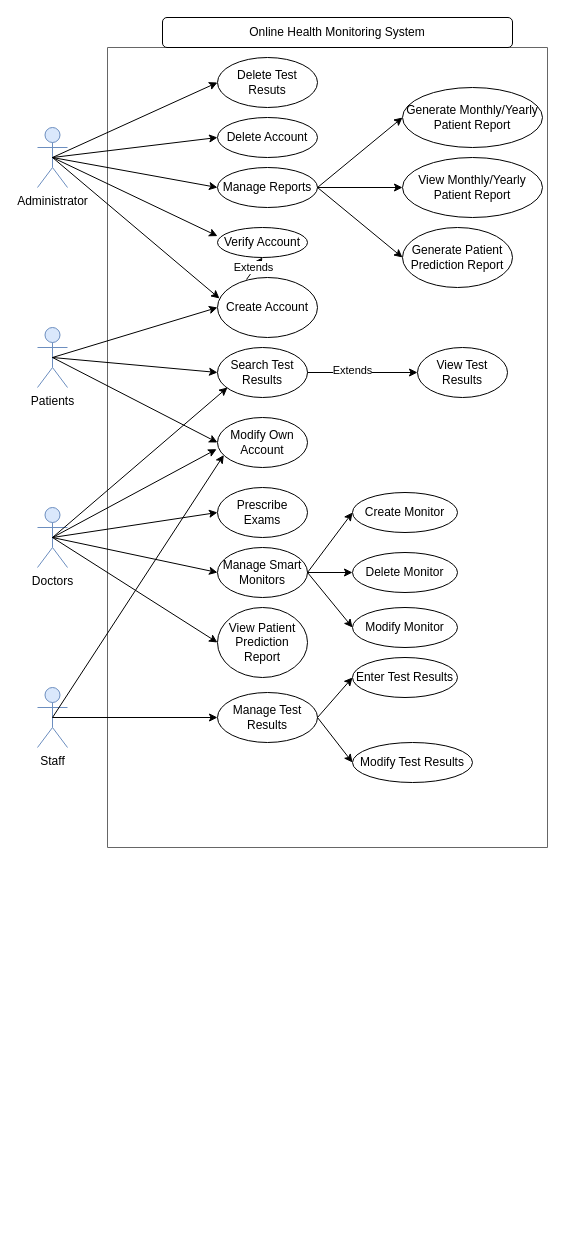
Before: use-case.drawio in IndecentTulip/Online-Health-Monitoring-System, a draw.io diagram. Source tidied: cells renumbered, new cells numbered last; positions are measured from the earlier drawing's top-left corner, leaving out a move shared by most shapes. Both pictures are drawn from the tidied source at 100%, with x=0, y=0 at pixel (37, 17).
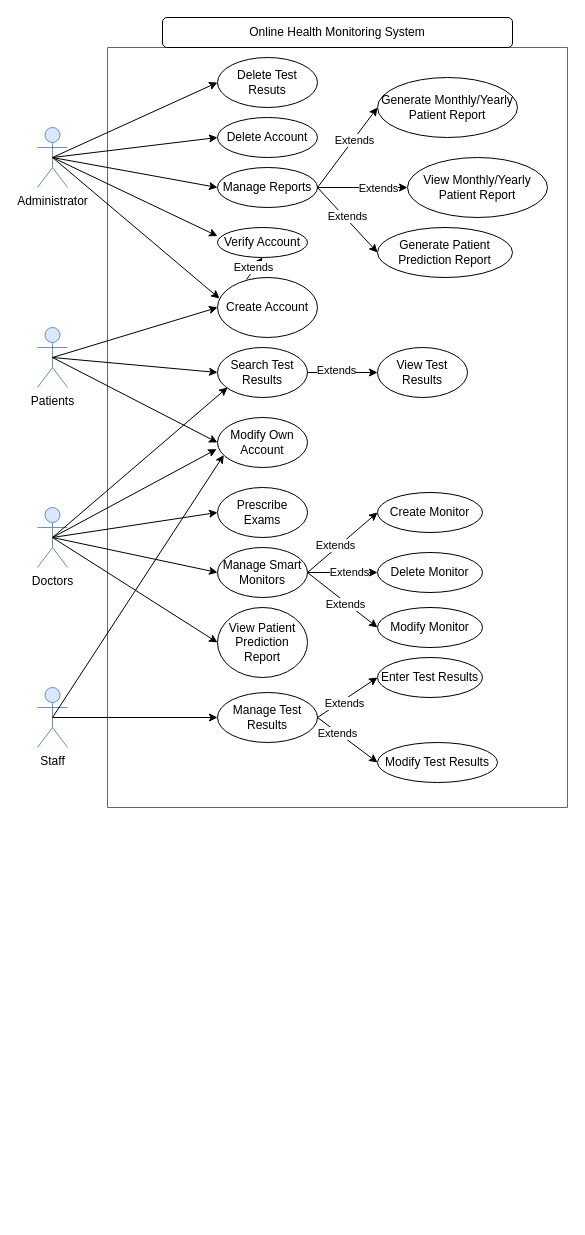
The same page after the edit.

Unchanged cells that the change refers to:
```xml
<mxCell id="24" style="endArrow=classic;html=1;rounded=0;exitX=1;exitY=0.5;exitDx=0;exitDy=0;entryX=0;entryY=0.5;entryDx=0;entryDy=0;" parent="6" edge="1" source="21" target="22">
  <mxGeometry relative="1" as="geometry" />
</mxCell>
<mxCell id="25" style="endArrow=classic;html=1;rounded=0;exitX=1;exitY=0.5;exitDx=0;exitDy=0;entryX=0;entryY=0.5;entryDx=0;entryDy=0;" parent="6" edge="1" source="21" target="23">
  <mxGeometry relative="1" as="geometry" />
</mxCell>
<mxCell id="30" style="endArrow=classic;html=1;rounded=0;entryX=0;entryY=0.5;entryDx=0;entryDy=0;exitX=1;exitY=0.5;exitDx=0;exitDy=0;" parent="6" edge="1" source="26" target="29">
  <mxGeometry relative="1" as="geometry" />
</mxCell>
<mxCell id="31" style="endArrow=classic;html=1;rounded=0;entryX=0;entryY=0.5;entryDx=0;entryDy=0;exitX=1;exitY=0.5;exitDx=0;exitDy=0;" parent="6" edge="1" source="26" target="27">
  <mxGeometry relative="1" as="geometry" />
</mxCell>
<mxCell id="32" style="endArrow=classic;html=1;rounded=0;entryX=0;entryY=0.5;entryDx=0;entryDy=0;exitX=1;exitY=0.5;exitDx=0;exitDy=0;" parent="6" edge="1" source="26" target="28">
  <mxGeometry relative="1" as="geometry" />
</mxCell>
<mxCell id="35" style="endArrow=classic;html=1;rounded=0;exitX=1;exitY=0.5;exitDx=0;exitDy=0;entryX=0;entryY=0.5;entryDx=0;entryDy=0;" parent="6" edge="1" source="21" target="34">
  <mxGeometry relative="1" as="geometry" />
</mxCell>
<mxCell id="37" style="endArrow=classic;html=1;rounded=0;entryX=0;entryY=0.5;entryDx=0;entryDy=0;exitX=1;exitY=0.5;exitDx=0;exitDy=0;" parent="6" edge="1" source="36" target="16">
  <mxGeometry relative="1" as="geometry" />
</mxCell>
<mxCell id="38" style="endArrow=classic;html=1;rounded=0;exitX=1;exitY=0.5;exitDx=0;exitDy=0;entryX=0;entryY=0.5;entryDx=0;entryDy=0;" parent="6" edge="1" source="36" target="14">
  <mxGeometry relative="1" as="geometry" />
</mxCell>
```

What changed in the source:
```diff
@@
     <mxCell id="6" style="swimlane;startSize=0;fillColor=#f5f5f5;fontColor=#333333;strokeColor=#666666;" parent="1" vertex="1">
-      <mxGeometry x="70" y="30" width="440" height="800" as="geometry" />
+      <mxGeometry x="70" y="30" width="460" height="760" as="geometry" />
     </mxCell>
@@
     <mxCell id="14" value="Enter Test Results" style="ellipse;whiteSpace=wrap;html=1;" parent="6" vertex="1">
-      <mxGeometry x="245" y="610" width="105" height="40" as="geometry" />
+      <mxGeometry x="270" y="610" width="105" height="40" as="geometry" />
     </mxCell>
@@
     <mxCell id="16" value="Modify Test Results" style="ellipse;whiteSpace=wrap;html=1;" parent="6" vertex="1">
-      <mxGeometry x="245" y="695" width="120" height="40" as="geometry" />
+      <mxGeometry x="270" y="695" width="120" height="40" as="geometry" />
     </mxCell>
@@
     <mxCell id="18" value="View Test Results" style="ellipse;whiteSpace=wrap;html=1;" parent="6" vertex="1">
-      <mxGeometry x="310" y="300" width="90" height="50" as="geometry" />
+      <mxGeometry x="270" y="300" width="90" height="50" as="geometry" />
     </mxCell>
@@
     <mxCell id="22" value="Delete Monitor" style="ellipse;whiteSpace=wrap;html=1;" parent="6" vertex="1">
-      <mxGeometry x="245" y="505" width="105" height="40" as="geometry" />
+      <mxGeometry x="270" y="505" width="105" height="40" as="geometry" />
     </mxCell>
     <mxCell id="23" value="Modify Monitor" style="ellipse;whiteSpace=wrap;html=1;" parent="6" vertex="1">
-      <mxGeometry x="245" y="560" width="105" height="40" as="geometry" />
+      <mxGeometry x="270" y="560" width="105" height="40" as="geometry" />
     </mxCell>
@@
+    <mxCell id="56" value="Extends" style="edgeLabel;html=1;align=center;verticalAlign=middle;" parent="24" vertex="1">
+      <mxGeometry x="0.16" y="1" relative="1" as="geometry" />
+    </mxCell>
@@
+    <mxCell id="57" value="Extends" style="edgeLabel;html=1;align=center;verticalAlign=middle;" parent="25" vertex="1">
+      <mxGeometry x="0.1" y="-1" relative="1" as="geometry" />
+    </mxCell>
@@
     <mxCell id="27" value="Generate Monthly/Yearly Patient Report" style="ellipse;whiteSpace=wrap;html=1;" parent="6" vertex="1">
-      <mxGeometry x="295" y="40" width="140" height="60" as="geometry" />
+      <mxGeometry x="270" y="30" width="140" height="60" as="geometry" />
     </mxCell>
     <mxCell id="28" value="View Monthly/Yearly Patient Report" style="ellipse;whiteSpace=wrap;html=1;" parent="6" vertex="1">
-      <mxGeometry x="295" y="110" width="140" height="60" as="geometry" />
+      <mxGeometry x="300" y="110" width="140" height="60" as="geometry" />
     </mxCell>
     <mxCell id="29" value="Generate Patient Prediction Report" style="ellipse;whiteSpace=wrap;html=1;" parent="6" vertex="1">
-      <mxGeometry x="295" y="180" width="110" height="60" as="geometry" />
+      <mxGeometry x="270" y="180" width="135" height="50" as="geometry" />
     </mxCell>
@@
+    <mxCell id="58" value="Extends" style="edgeLabel;html=1;align=center;verticalAlign=middle;" parent="30" vertex="1">
+      <mxGeometry x="-0.07" y="2" relative="1" as="geometry" />
+    </mxCell>
@@
+    <mxCell id="59" value="Extends" style="edgeLabel;html=1;align=center;verticalAlign=middle;" parent="31" vertex="1">
+      <mxGeometry x="0.2" y="-1" relative="1" as="geometry" />
+    </mxCell>
@@
+    <mxCell id="60" value="Extends" style="edgeLabel;html=1;align=center;verticalAlign=middle;" parent="32" vertex="1">
+      <mxGeometry x="0.34" relative="1" as="geometry" />
+    </mxCell>
@@
     <mxCell id="34" value="Create Monitor" style="ellipse;whiteSpace=wrap;html=1;" parent="6" vertex="1">
-      <mxGeometry x="245" y="445" width="105" height="40" as="geometry" />
+      <mxGeometry x="270" y="445" width="105" height="40" as="geometry" />
     </mxCell>
@@
+    <mxCell id="61" value="Extends" style="edgeLabel;html=1;align=center;verticalAlign=middle;" parent="35" vertex="1">
+      <mxGeometry x="-0.15" y="3" relative="1" as="geometry" />
+    </mxCell>
@@
+    <mxCell id="62" value="Extends" style="edgeLabel;html=1;align=center;verticalAlign=middle;" parent="37" vertex="1">
+      <mxGeometry x="-0.32" y="-1" relative="1" as="geometry" />
+    </mxCell>
@@
+    <mxCell id="63" value="Extends" style="edgeLabel;html=1;align=center;verticalAlign=middle;" parent="38" vertex="1">
+      <mxGeometry x="-0.18" y="-2" relative="1" as="geometry" />
+    </mxCell>
```
